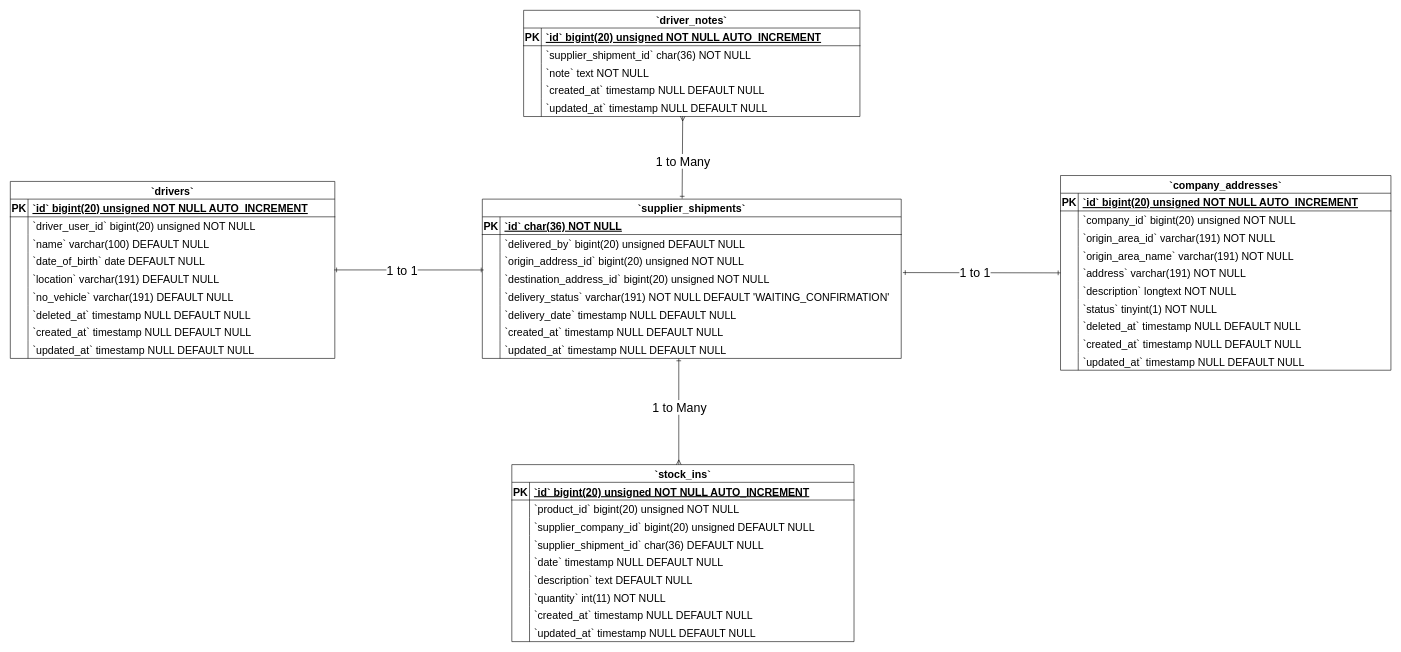
Before: Supplier Shipments ERD Diagram.drawio in Simasco/diagram, a draw.io diagram. Source tidied: cells renumbered, new cells numbered last; positions are measured from the earlier drawing's top-left corner, leaving out a move shared by most shapes. Both pictures are drawn from the tidied source at 59%, with x=0, y=0 at pixel (10, 10).
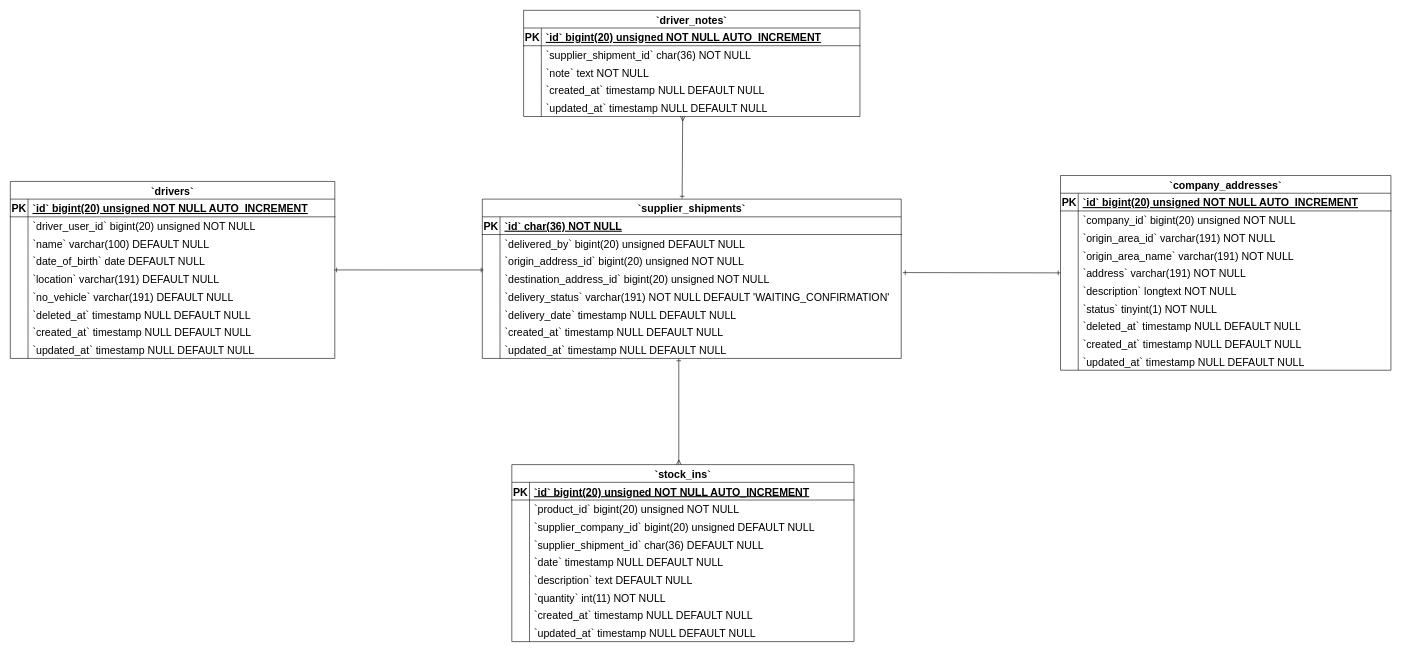
After the change.

Unchanged cells that the change refers to:
```xml
<mxCell id="130" style="fontSize=12;html=1;endArrow=ERmany;rounded=0;endFill=0;startArrow=ERone;startFill=0;" parent="1" edge="1">
  <mxGeometry relative="1" as="geometry">
    <mxPoint x="1133" y="590" as="sourcePoint" />
    <mxPoint x="1133" y="770" as="targetPoint" />
  </mxGeometry>
</mxCell>
<mxCell id="132" style="fontSize=12;html=1;endArrow=ERone;rounded=0;exitX=1.004;exitY=1.15;exitDx=0;exitDy=0;exitPerimeter=0;entryX=0;entryY=0.5;entryDx=0;entryDy=0;endFill=0;startArrow=ERone;startFill=0;" parent="1" edge="1" source="9" target="68">
  <mxGeometry relative="1" as="geometry" />
</mxCell>
<mxCell id="134" style="fontSize=12;html=1;endArrow=ERmany;rounded=0;exitX=0.477;exitY=-0.003;exitDx=0;exitDy=0;exitPerimeter=0;entryX=0.473;entryY=0.984;entryDx=0;entryDy=0;entryPerimeter=0;endFill=0;startArrow=ERone;startFill=0;" parent="1" edge="1" source="2" target="99">
  <mxGeometry relative="1" as="geometry" />
</mxCell>
<mxCell id="136" style="fontSize=12;html=1;endArrow=ERone;rounded=0;entryX=0.003;entryY=1.003;entryDx=0;entryDy=0;endFill=0;startArrow=ERone;startFill=0;entryPerimeter=0;" parent="1" edge="1" target="9">
  <mxGeometry relative="1" as="geometry">
    <mxPoint x="549" y="440" as="sourcePoint" />
  </mxGeometry>
</mxCell>
```

What changed in the source:
```diff
@@
-    <mxCell id="131" value="1 to Many" style="edgeLabel;html=1;align=center;verticalAlign=middle;fontSize=21;" parent="130" vertex="1">
-      <mxGeometry x="-0.09" relative="1" as="geometry" />
-    </mxCell>
@@
-    <mxCell id="133" value="1 to 1" style="edgeLabel;html=1;align=center;verticalAlign=middle;fontSize=21;" parent="132" vertex="1">
-      <mxGeometry x="-0.09" relative="1" as="geometry" />
-    </mxCell>
@@
-    <mxCell id="135" value="1 to Many" style="edgeLabel;html=1;align=center;verticalAlign=middle;fontSize=21;" parent="134" vertex="1">
-      <mxGeometry x="-0.09" relative="1" as="geometry" />
-    </mxCell>
@@
-    <mxCell id="137" value="1 to 1" style="edgeLabel;html=1;align=center;verticalAlign=middle;fontSize=21;" parent="136" vertex="1">
-      <mxGeometry x="-0.09" relative="1" as="geometry" />
-    </mxCell>
```
